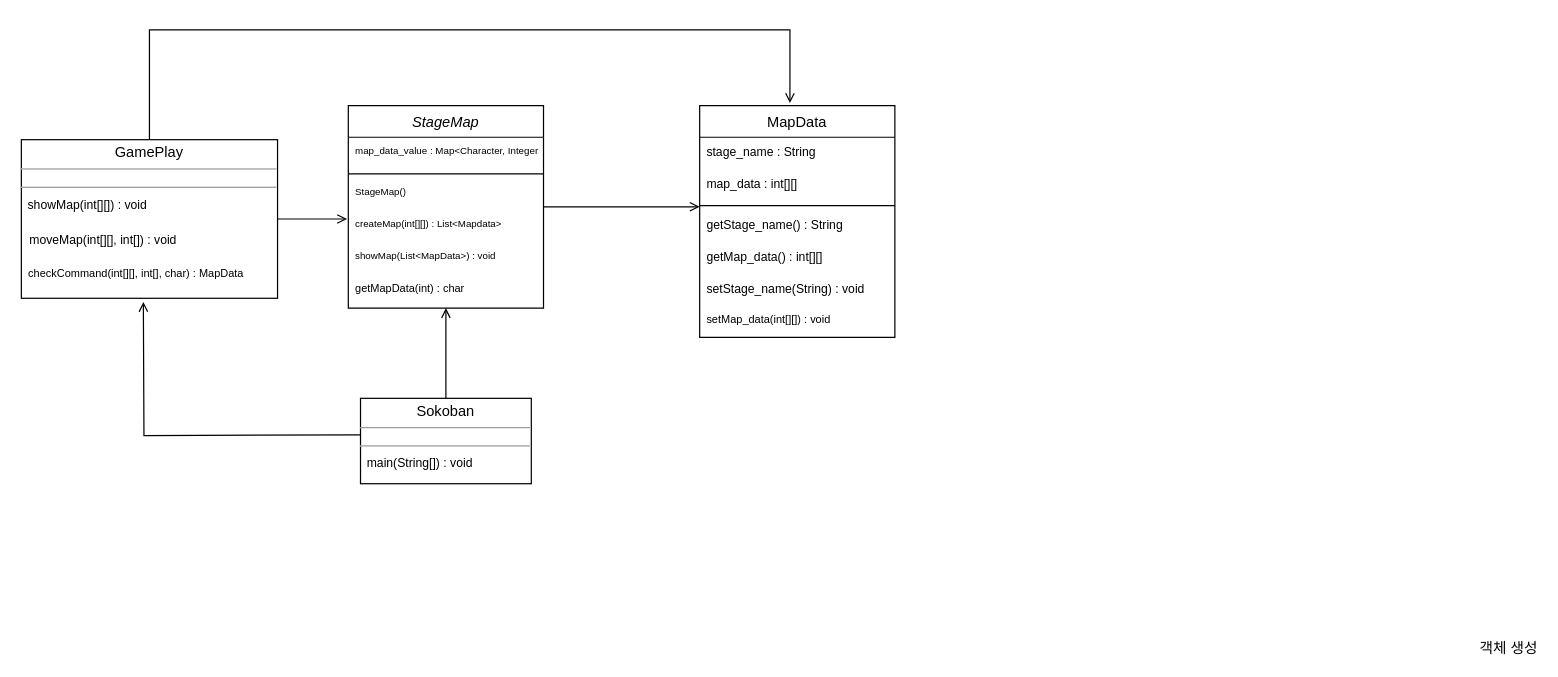
Before: Untitled Diagram.drawio in ikjo93/Class-Diagram, a draw.io diagram. Source tidied: cells renumbered, new cells numbered last; positions are measured from the earlier drawing's top-left corner, leaving out a move shared by most shapes. Both pictures are drawn from the tidied source at 122%, with x=0, y=0 at pixel (21, 29).
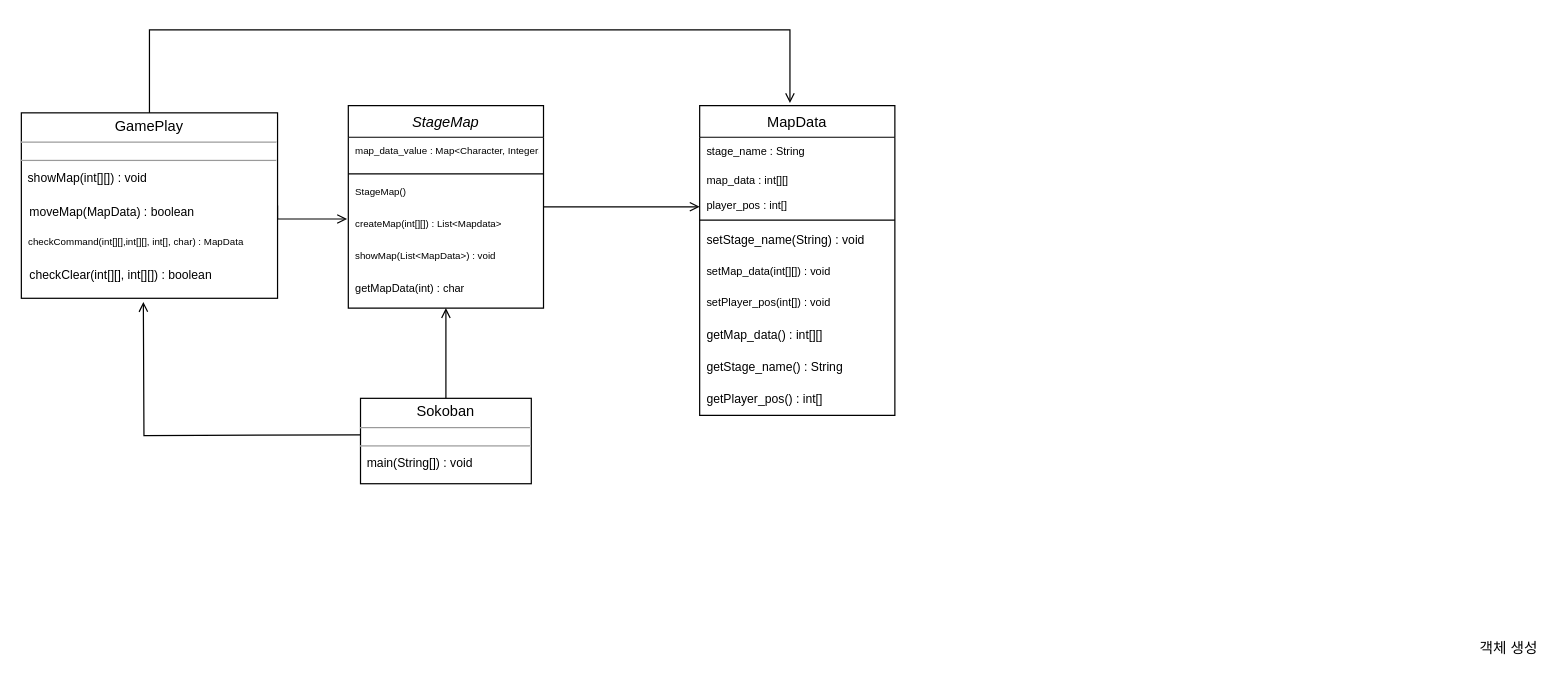
The same diagram, later.

The edit, as a diff of the source:
```diff
@@
     <mxCell id="10" value="MapData" style="swimlane;fontStyle=0;align=center;verticalAlign=top;horizontal=1;startSize=26;rounded=0;shadow=0;strokeWidth=1;" parent="1" vertex="1">
-      <mxGeometry x="556" y="62" width="160" height="190" as="geometry" />
+      <mxGeometry x="556" y="62" width="160" height="254" as="geometry" />
     </mxCell>
-    <mxCell id="11" value="stage_name : String " style="text;align=left;verticalAlign=top;spacingLeft=4;spacingRight=4;overflow=hidden;rounded=0;shadow=0;html=0;fontSize=10;" parent="10" vertex="1">
-      <mxGeometry y="26" width="160" height="26" as="geometry" />
+    <mxCell id="11" value="stage_name : String " style="text;align=left;verticalAlign=top;spacingLeft=4;spacingRight=4;overflow=hidden;rounded=0;shadow=0;html=0;fontSize=9;" parent="10" vertex="1">
+      <mxGeometry y="26" width="160" height="24" as="geometry" />
     </mxCell>
-    <mxCell id="12" value="map_data : int[][] " style="text;align=left;verticalAlign=top;spacingLeft=4;spacingRight=4;overflow=hidden;rounded=0;shadow=0;html=0;fontSize=10;" parent="10" vertex="1">
-      <mxGeometry y="52" width="160" height="26" as="geometry" />
+    <mxCell id="12" value="map_data : int[][] " style="text;align=left;verticalAlign=top;spacingLeft=4;spacingRight=4;overflow=hidden;rounded=0;shadow=0;html=0;fontSize=9;" parent="10" vertex="1">
+      <mxGeometry y="50" width="160" height="20" as="geometry" />
     </mxCell>
+    <mxCell id="27" value="player_pos : int[] " style="text;align=left;verticalAlign=top;spacingLeft=4;spacingRight=4;overflow=hidden;rounded=0;shadow=0;html=0;fontSize=9;" parent="10" vertex="1">
+      <mxGeometry y="70" width="160" height="20" as="geometry" />
+    </mxCell>
     <mxCell id="13" style="line;html=1;strokeWidth=1;align=left;verticalAlign=middle;spacingTop=-1;spacingLeft=3;spacingRight=3;labelPosition=right;" parent="10" vertex="1">
-      <mxGeometry y="78" width="160" height="8" as="geometry" />
+      <mxGeometry y="90" width="160" height="8" as="geometry" />
     </mxCell>
-    <mxCell id="14" value="getStage_name() : String" style="text;align=left;verticalAlign=top;spacingLeft=4;spacingRight=4;overflow=hidden;fontSize=10;" parent="10" vertex="1">
-      <mxGeometry y="86" width="160" height="26" as="geometry" />
-    </mxCell>
-    <mxCell id="15" value="getMap_data() : int[][]" style="text;align=left;verticalAlign=top;spacingLeft=4;spacingRight=4;overflow=hidden;fontSize=10;" parent="10" vertex="1">
-      <mxGeometry y="112" width="160" height="26" as="geometry" />
-    </mxCell>
     <mxCell id="16" value="setStage_name(String) : void" style="text;strokeColor=none;fillColor=none;align=left;verticalAlign=top;spacingLeft=4;spacingRight=4;overflow=hidden;fontSize=10;" parent="10" vertex="1">
-      <mxGeometry y="138" width="160" height="26" as="geometry" />
+      <mxGeometry y="98" width="160" height="26" as="geometry" />
     </mxCell>
     <mxCell id="17" value="setMap_data(int[][]) : void" style="text;strokeColor=none;fillColor=none;align=left;verticalAlign=top;spacingLeft=4;spacingRight=4;overflow=hidden;fontSize=9;" parent="10" vertex="1">
-      <mxGeometry y="164" width="160" height="26" as="geometry" />
+      <mxGeometry y="124" width="160" height="26" as="geometry" />
     </mxCell>
+    <mxCell id="28" value="setPlayer_pos(int[]) : void" style="text;strokeColor=none;fillColor=none;align=left;verticalAlign=top;spacingLeft=4;spacingRight=4;overflow=hidden;fontSize=9;" parent="10" vertex="1">
+      <mxGeometry y="150" width="160" height="26" as="geometry" />
+    </mxCell>
+    <mxCell id="15" value="getMap_data() : int[][]" style="text;align=left;verticalAlign=top;spacingLeft=4;spacingRight=4;overflow=hidden;fontSize=10;" parent="10" vertex="1">
+      <mxGeometry y="176" width="160" height="26" as="geometry" />
+    </mxCell>
+    <mxCell id="14" value="getStage_name() : String" style="text;align=left;verticalAlign=top;spacingLeft=4;spacingRight=4;overflow=hidden;fontSize=10;" parent="10" vertex="1">
+      <mxGeometry y="202" width="160" height="26" as="geometry" />
+    </mxCell>
+    <mxCell id="29" value="getPlayer_pos() : int[]" style="text;align=left;verticalAlign=top;spacingLeft=4;spacingRight=4;overflow=hidden;fontSize=10;" parent="10" vertex="1">
+      <mxGeometry y="228" width="160" height="26" as="geometry" />
+    </mxCell>
@@
     <mxCell id="22" style="edgeStyle=orthogonalEdgeStyle;rounded=0;jettySize=auto;html=1;fontSize=10;endArrow=open;endFill=0;exitX=1;exitY=0.5;exitDx=0;exitDy=0;" parent="1" edge="1" source="24">
       <mxGeometry relative="1" as="geometry">
         <mxPoint x="267" y="155" as="targetPoint" />
+        <Array as="points">
+          <mxPoint x="210" y="155" />
+        </Array>
       </mxGeometry>
     </mxCell>
@@
     <mxCell id="24" value="&lt;p style=&quot;margin: 0px ; margin-top: 4px ; text-align: center&quot;&gt;GamePlay&lt;br&gt;&lt;/p&gt;&lt;hr size=&quot;1&quot;&gt;&lt;div style=&quot;height: 2px&quot;&gt;&lt;/div&gt;&lt;hr size=&quot;1&quot;&gt;&lt;div style=&quot;height: 2px&quot;&gt;&lt;span style=&quot;font-size: 10px&quot;&gt;&amp;nbsp; showMap(int[][]) : void&lt;/span&gt;&lt;/div&gt;&lt;div style=&quot;height: 2px&quot;&gt;&lt;span style=&quot;font-size: 10px&quot;&gt;&lt;br&gt;&lt;/span&gt;&lt;/div&gt;" style="verticalAlign=top;align=left;overflow=fill;fontSize=12;fontFamily=Helvetica;html=1;" parent="1" vertex="1">
-      <mxGeometry y="90" width="210" height="130" as="geometry" />
+      <mxGeometry y="68" width="210" height="152" as="geometry" />
     </mxCell>
-    <mxCell id="25" value="moveMap(int[][], int[]) : void" style="text;strokeColor=none;fillColor=none;align=left;verticalAlign=top;spacingLeft=4;spacingRight=4;overflow=hidden;fontSize=10;" parent="1" vertex="1">
-      <mxGeometry x="1" y="160" width="170" height="26" as="geometry" />
+    <mxCell id="25" value="moveMap(MapData) : boolean" style="text;strokeColor=none;fillColor=none;align=left;verticalAlign=top;spacingLeft=4;spacingRight=4;overflow=hidden;fontSize=10;" parent="1" vertex="1">
+      <mxGeometry x="1" y="137" width="170" height="26" as="geometry" />
     </mxCell>
-    <mxCell id="26" value="checkCommand(int[][], int[], char) : MapData" style="text;strokeColor=none;fillColor=none;align=left;verticalAlign=top;spacingLeft=4;spacingRight=4;overflow=hidden;fontSize=9;" parent="1" vertex="1">
-      <mxGeometry y="188" width="200" height="26" as="geometry" />
+    <mxCell id="26" value="checkCommand(int[][],int[][], int[], char) : MapData" style="text;strokeColor=none;fillColor=none;align=left;verticalAlign=top;spacingLeft=4;spacingRight=4;overflow=hidden;fontSize=8;" parent="1" vertex="1">
+      <mxGeometry y="163" width="200" height="26" as="geometry" />
     </mxCell>
+    <mxCell id="30" value="checkClear(int[][], int[][]) : boolean" style="text;strokeColor=none;fillColor=none;align=left;verticalAlign=top;spacingLeft=4;spacingRight=4;overflow=hidden;fontSize=10;" parent="1" vertex="1">
+      <mxGeometry x="1" y="189" width="170" height="26" as="geometry" />
+    </mxCell>
```
